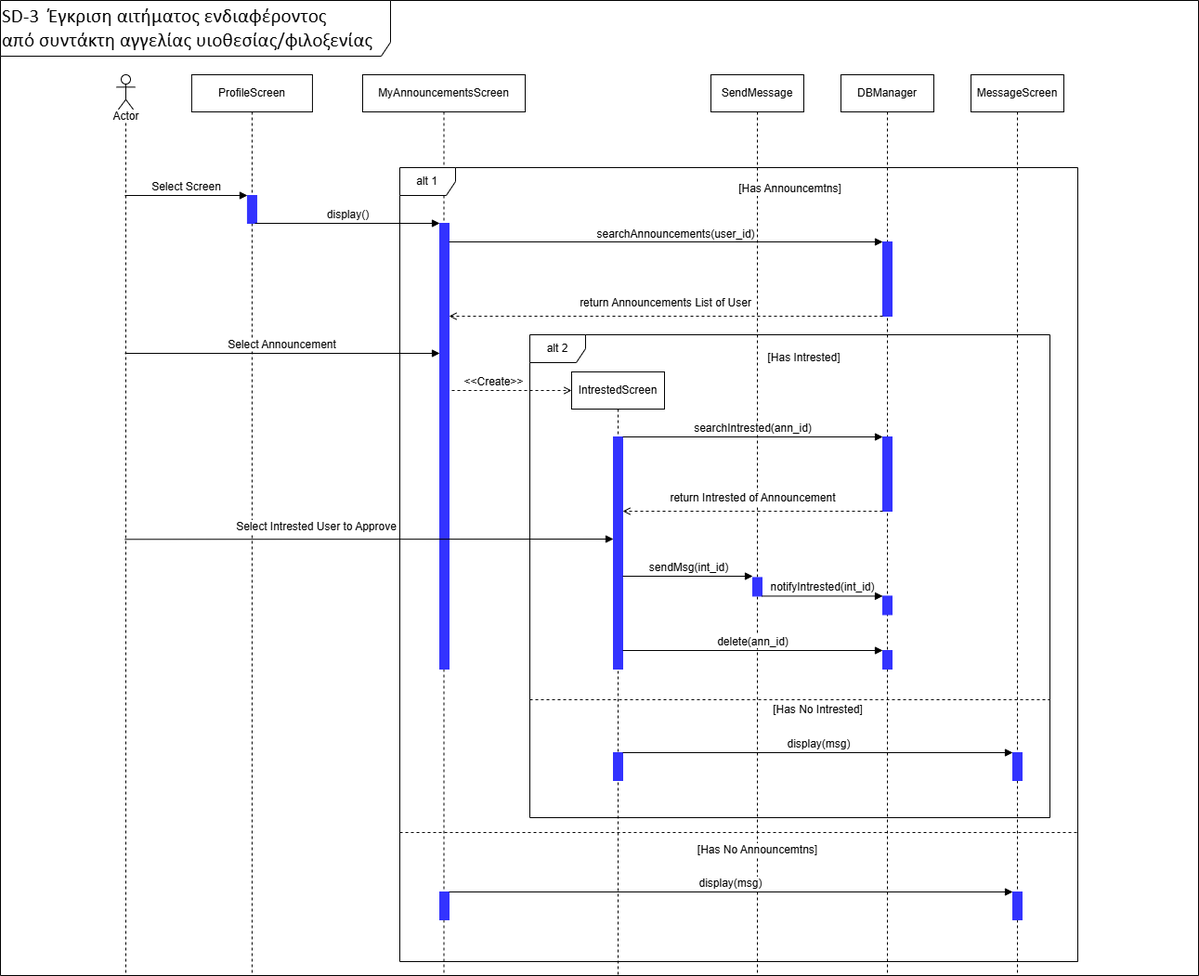
Above: 3o_Paradoteo/SD-UC-3.png in GeorgeTsav/Software-Technology---Project-2024-2025 (draw.io), before the change. Source tidied: cells renumbered, new cells last; positions are measured from the earlier drawing's top-left corner, leaving out a move shared by most shapes.
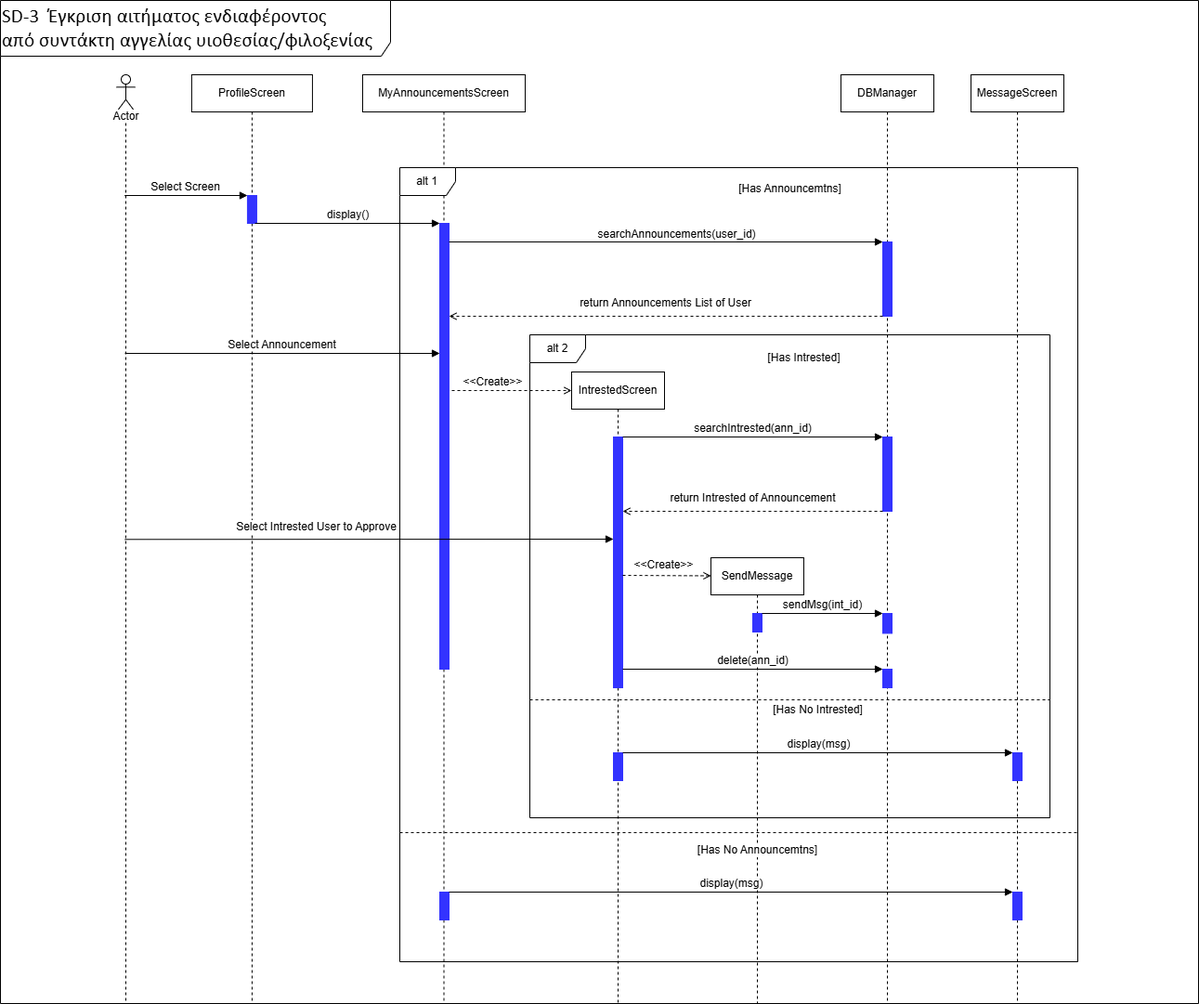
Above is the later version.

Change to the diagram source:
```diff
@@ -3,43 +3,43 @@
     <mxCell id="0" />
     <mxCell id="1" parent="0" />
     <mxCell id="2" value="&lt;div style=&quot;&quot;&gt;&lt;span style=&quot;font-family: Calibri, sans-serif; font-size: 16pt; background-color: light-dark(#ffffff, var(--ge-dark-color, #121212)); color: light-dark(rgb(0, 0, 0), rgb(255, 255, 255));&quot;&gt;SD-3&amp;nbsp; Έγκριση αιτήματος ενδιαφέροντος&lt;/span&gt;&lt;/div&gt;&lt;div style=&quot;&quot;&gt;&lt;span style=&quot;background-color: light-dark(#ffffff, var(--ge-dark-color, #121212)); color: light-dark(rgb(0, 0, 0), rgb(255, 255, 255)); font-family: Calibri, sans-serif; font-size: 16pt;&quot;&gt;από συντάκτη αγγελίας υιοθεσίας/φιλοξενίας&lt;/span&gt;&lt;/div&gt;" style="shape=umlFrame;whiteSpace=wrap;html=1;strokeColor=#000000;align=left;verticalAlign=middle;fontFamily=Helvetica;fontSize=12;fontColor=default;labelBackgroundColor=default;fillColor=#FFFFFF;width=420;height=60;" parent="1" vertex="1">
-      <mxGeometry width="1290" height="1050" as="geometry" />
+      <mxGeometry width="1290" height="1080" as="geometry" />
     </mxCell>
     <mxCell id="3" value="MyAnnouncementsScreen" style="shape=umlLifeline;perimeter=lifelinePerimeter;whiteSpace=wrap;html=1;newEdgeStyle={&quot;curved&quot;:0,&quot;rounded&quot;:0};" parent="1" vertex="1">
-      <mxGeometry x="390" y="80" width="175" height="970" as="geometry" />
+      <mxGeometry x="390" y="80" width="175" height="1000" as="geometry" />
     </mxCell>
     <mxCell id="4" style="shape=umlLifeline;perimeter=lifelinePerimeter;whiteSpace=wrap;html=1;outlineConnect=0;portConstraint=eastwest;newEdgeStyle={&quot;curved&quot;:0,&quot;rounded&quot;:0};participant=umlActor;" parent="1" vertex="1">
-      <mxGeometry x="125" y="80" width="20" height="970" as="geometry" />
+      <mxGeometry x="125" y="80" width="20" height="1000" as="geometry" />
     </mxCell>
     <mxCell id="5" value="&lt;span style=&quot;background-color: light-dark(#ffffff, var(--ge-dark-color, #121212));&quot;&gt;Actor&lt;/span&gt;" style="text;html=1;align=center;verticalAlign=middle;strokeColor=none;fillColor=none;" parent="1" vertex="1">
       <mxGeometry x="110" y="110" width="50" height="30" as="geometry" />
     </mxCell>
     <mxCell id="6" value="IntrestedScreen" style="shape=umlLifeline;perimeter=lifelinePerimeter;whiteSpace=wrap;html=1;newEdgeStyle={&quot;curved&quot;:0,&quot;rounded&quot;:0};" parent="1" vertex="1">
-      <mxGeometry x="615" y="400" width="100" height="650" as="geometry" />
+      <mxGeometry x="615" y="400" width="100" height="680" as="geometry" />
     </mxCell>
     <mxCell id="7" style="html=1;points=[[0,0,0,0,5],[0,1,0,0,-5],[1,0,0,0,5],[1,1,0,0,-5]];perimeter=orthogonalPerimeter;outlineConnect=0;targetShapes=umlLifeline;portConstraint=eastwest;newEdgeStyle={&quot;curved&quot;:0,&quot;rounded&quot;:0};strokeColor=#3333FF;align=center;verticalAlign=middle;fontFamily=Helvetica;fontSize=12;fontColor=default;labelBackgroundColor=default;fillColor=#3333FF;" parent="6" vertex="1">
-      <mxGeometry x="45" y="70" width="10" height="250" as="geometry" />
+      <mxGeometry x="45" y="70" width="10" height="270" as="geometry" />
     </mxCell>
     <mxCell id="8" value="SendMessage" style="shape=umlLifeline;perimeter=lifelinePerimeter;whiteSpace=wrap;html=1;newEdgeStyle={&quot;curved&quot;:0,&quot;rounded&quot;:0};" parent="1" vertex="1">
-      <mxGeometry x="765" y="80" width="100" height="970" as="geometry" />
+      <mxGeometry x="765" y="600" width="100" height="480" as="geometry" />
     </mxCell>
     <mxCell id="9" value="DBManager" style="shape=umlLifeline;perimeter=lifelinePerimeter;whiteSpace=wrap;html=1;newEdgeStyle={&quot;curved&quot;:0,&quot;rounded&quot;:0};" parent="1" vertex="1">
-      <mxGeometry x="905" y="80" width="100" height="970" as="geometry" />
+      <mxGeometry x="905" y="80" width="100" height="1000" as="geometry" />
     </mxCell>
     <mxCell id="10" style="html=1;perimeter=orthogonalPerimeter;targetShapes=umlLifeline;newEdgeStyle={&quot;curved&quot;:0,&quot;rounded&quot;:0};strokeColor=#3333FF;align=center;verticalAlign=middle;fontFamily=Helvetica;fontSize=12;fontColor=default;labelBackgroundColor=default;fillColor=#3333FF;" parent="9" vertex="1">
       <mxGeometry x="45" y="390" width="10" height="80" as="geometry" />
     </mxCell>
     <mxCell id="11" style="html=1;perimeter=orthogonalPerimeter;targetShapes=umlLifeline;newEdgeStyle={&quot;curved&quot;:0,&quot;rounded&quot;:0};strokeColor=#3333FF;align=center;verticalAlign=middle;fontFamily=Helvetica;fontSize=12;fontColor=default;labelBackgroundColor=default;fillColor=#3333FF;" parent="9" vertex="1">
-      <mxGeometry x="45" y="561.4" width="10" height="20" as="geometry" />
+      <mxGeometry x="45" y="580" width="10" height="21.4" as="geometry" />
     </mxCell>
     <mxCell id="12" style="html=1;points=[[0,0,0,0,5],[0,1,0,0,-5],[1,0,0,0,5],[1,1,0,0,-5]];perimeter=orthogonalPerimeter;outlineConnect=0;targetShapes=umlLifeline;portConstraint=eastwest;newEdgeStyle={&quot;curved&quot;:0,&quot;rounded&quot;:0};strokeColor=#3333FF;align=center;verticalAlign=middle;fontFamily=Helvetica;fontSize=12;fontColor=default;labelBackgroundColor=default;fillColor=#3333FF;" parent="9" vertex="1">
-      <mxGeometry x="45" y="620" width="10" height="20" as="geometry" />
+      <mxGeometry x="45" y="640" width="10" height="20" as="geometry" />
     </mxCell>
     <mxCell id="13" value="MessageScreen" style="shape=umlLifeline;perimeter=lifelinePerimeter;whiteSpace=wrap;html=1;newEdgeStyle={&quot;curved&quot;:0,&quot;rounded&quot;:0};" parent="1" vertex="1">
-      <mxGeometry x="1045" y="80" width="100" height="970" as="geometry" />
+      <mxGeometry x="1045" y="80" width="100" height="1000" as="geometry" />
     </mxCell>
     <mxCell id="14" value="ProfileScreen" style="shape=umlLifeline;perimeter=lifelinePerimeter;whiteSpace=wrap;html=1;newEdgeStyle={&quot;curved&quot;:0,&quot;rounded&quot;:0};" parent="1" vertex="1">
-      <mxGeometry x="205.9" y="80" width="130" height="970" as="geometry" />
+      <mxGeometry x="205.9" y="80" width="130" height="1000" as="geometry" />
     </mxCell>
     <mxCell id="15" style="edgeStyle=none;shape=connector;curved=0;rounded=0;orthogonalLoop=1;jettySize=auto;html=1;strokeColor=default;align=center;verticalAlign=bottom;fontFamily=Helvetica;fontSize=12;fontColor=default;labelBackgroundColor=default;endArrow=open;dashed=1;endFill=0;" parent="1" edge="1">
       <mxGeometry relative="1" as="geometry">
@@ -143,24 +143,16 @@
       </mxGeometry>
     </mxCell>
     <mxCell id="39" style="html=1;perimeter=orthogonalPerimeter;targetShapes=umlLifeline;newEdgeStyle={&quot;curved&quot;:0,&quot;rounded&quot;:0};strokeColor=#3333FF;align=center;verticalAlign=middle;fontFamily=Helvetica;fontSize=12;fontColor=default;labelBackgroundColor=default;fillColor=#3333FF;" parent="1" vertex="1">
-      <mxGeometry x="810" y="621.4" width="10" height="20" as="geometry" />
+      <mxGeometry x="810" y="660" width="10" height="20" as="geometry" />
     </mxCell>
     <mxCell id="40" value="sendMsg(int_id)" style="html=1;verticalAlign=bottom;endArrow=block;curved=0;rounded=0;fontFamily=Helvetica;fontSize=12;fontColor=default;labelBackgroundColor=default;" parent="1" edge="1">
       <mxGeometry relative="1" as="geometry">
-        <mxPoint x="670" y="620" as="sourcePoint" />
-        <mxPoint x="810" y="620" as="targetPoint" />
+        <mxPoint x="820" y="660" as="sourcePoint" />
+        <mxPoint x="950" y="660" as="targetPoint" />
       </mxGeometry>
     </mxCell>
-    <mxCell id="41" value="notifyIntrested(int_id)" style="html=1;verticalAlign=bottom;endArrow=block;curved=0;rounded=0;fontFamily=Helvetica;fontSize=12;fontColor=default;labelBackgroundColor=default;" parent="1" edge="1">
-      <mxGeometry relative="1" as="geometry">
-        <mxPoint x="820" y="641.4" as="sourcePoint" />
-        <mxPoint x="950" y="641.4" as="targetPoint" />
-      </mxGeometry>
-    </mxCell>
-    <mxCell id="42" value="delete(ann_id)" style="html=1;verticalAlign=bottom;endArrow=block;curved=0;rounded=0;fontFamily=Helvetica;fontSize=12;fontColor=default;labelBackgroundColor=default;" parent="1" edge="1" target="12">
-      <mxGeometry relative="1" as="geometry">
-        <mxPoint x="670" y="700" as="sourcePoint" />
-      </mxGeometry>
+    <mxCell id="42" value="delete(ann_id)" style="html=1;verticalAlign=bottom;endArrow=block;curved=0;rounded=0;fontFamily=Helvetica;fontSize=12;fontColor=default;labelBackgroundColor=default;" parent="1" edge="1" source="7" target="12">
+      <mxGeometry relative="1" as="geometry" />
     </mxCell>
     <mxCell id="43" style="html=1;perimeter=orthogonalPerimeter;targetShapes=umlLifeline;newEdgeStyle={&quot;curved&quot;:0,&quot;rounded&quot;:0};strokeColor=#3333FF;align=center;verticalAlign=middle;fontFamily=Helvetica;fontSize=12;fontColor=default;labelBackgroundColor=default;fillColor=#3333FF;" parent="1" vertex="1">
       <mxGeometry x="660" y="810" width="10" height="30" as="geometry" />
@@ -186,5 +178,16 @@
     <mxCell id="48" style="html=1;perimeter=orthogonalPerimeter;targetShapes=umlLifeline;newEdgeStyle={&quot;curved&quot;:0,&quot;rounded&quot;:0};strokeColor=#3333FF;align=center;verticalAlign=middle;fontFamily=Helvetica;fontSize=12;fontColor=default;labelBackgroundColor=default;fillColor=#3333FF;" parent="1" vertex="1">
       <mxGeometry x="1090" y="960" width="10" height="30" as="geometry" />
     </mxCell>
+    <mxCell id="49" style="edgeStyle=none;shape=connector;curved=0;rounded=0;orthogonalLoop=1;jettySize=auto;html=1;strokeColor=default;align=center;verticalAlign=bottom;fontFamily=Helvetica;fontSize=12;fontColor=default;labelBackgroundColor=default;endArrow=open;dashed=1;endFill=0;" parent="1" edge="1">
+      <mxGeometry relative="1" as="geometry">
+        <mxPoint x="670" y="619" as="sourcePoint" />
+        <mxPoint x="765" y="619.5" as="targetPoint" />
+      </mxGeometry>
+    </mxCell>
+    <mxCell id="50" value="&amp;lt;&amp;lt;Create&amp;gt;&amp;gt;" style="edgeLabel;html=1;align=center;verticalAlign=middle;fontFamily=Helvetica;fontSize=12;fontColor=default;labelBackgroundColor=default;" parent="49" vertex="1">
+      <mxGeometry x="-0.02" y="2" relative="1" as="geometry">
+        <mxPoint x="-4" y="-10" as="offset" />
+      </mxGeometry>
+    </mxCell>
   </root>
 </mxGraphModel>
```
